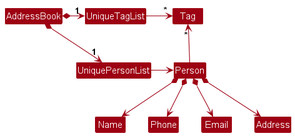
nus-cs2103-AY2425S1/tp keeps this PlantUML diagram as docs/images/BetterModelClassDiagram.png. Above is the earlier version.
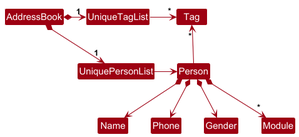
After the commit.

Commit message:
Update Model Component diagram

The edit, as a diff of the source:
```diff
@@ -16,6 +16,6 @@
 
 Person *--> Name
 Person *--> Phone
-Person *--> Email
-Person *--> Address
+Person *--> Gender
+Person *--> "*" Module
 @enduml
```
